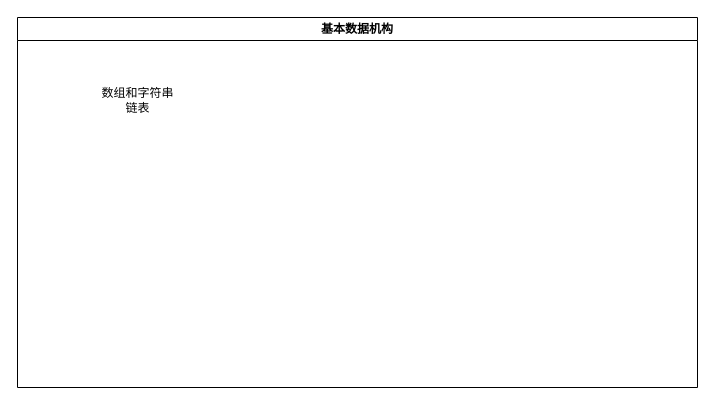
Earlier version of the draw.io diagram 数据结构.drawio (mr13478647226/design-patterns). Source tidied: cells renumbered, new cells numbered last; positions are measured from the earlier drawing's top-left corner, leaving out a move shared by most shapes. Both pictures are drawn from the tidied source at 100%, with x=0, y=0 at pixel (17, 17).
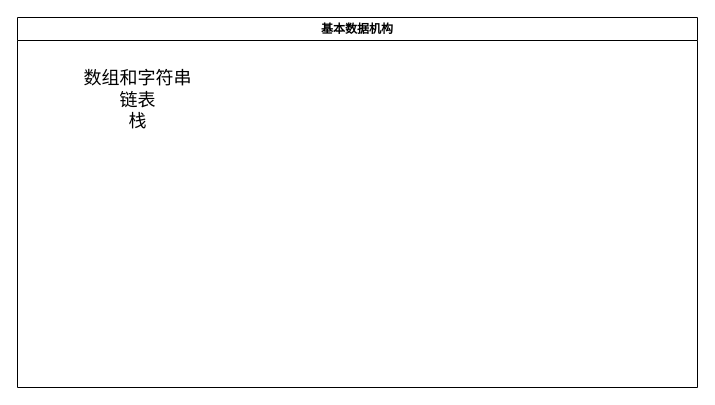
The same page after the edit.

Commit message:
更新数据结构

The edit, as a diff of the source:
```diff
@@
 <mxGraphModel>
   <root>
     <mxCell id="0" />
     <mxCell id="1" parent="0" />
     <mxCell id="2" value="基本数据机构" style="swimlane;whiteSpace=wrap;html=1;" parent="1" vertex="1">
       <mxGeometry width="680" height="370" as="geometry" />
     </mxCell>
-    <mxCell id="3" value="数组和字符串&lt;br&gt;链表" style="text;html=1;align=center;verticalAlign=middle;strokeColor=none;fillColor=none;" parent="1" vertex="1">
-      <mxGeometry x="70" y="63" width="100" height="40" as="geometry" />
+    <mxCell id="3" value="&lt;font style=&quot;font-size: 18px;&quot;&gt;数组和字符串&lt;br&gt;链表&lt;br&gt;栈&lt;/font&gt;" style="text;html=1;align=center;verticalAlign=middle;strokeColor=none;fillColor=none;" parent="1" vertex="1">
+      <mxGeometry x="55" y="43" width="130" height="80" as="geometry" />
     </mxCell>
   </root>
 </mxGraphModel>
```
